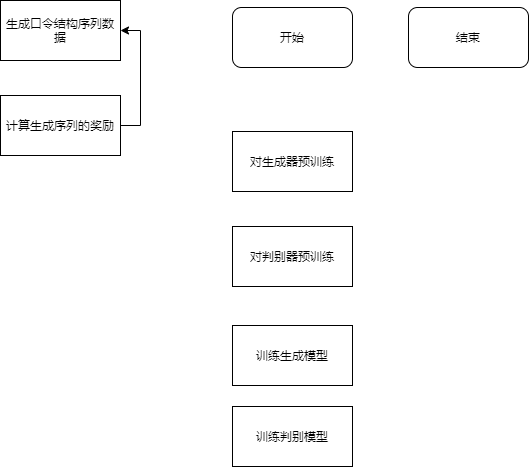
lakomi/pictures keeps this draw.io diagram as seagan-d.drawio.png. Above is the earlier version. Source tidied: cells renumbered, new cells last; positions are measured from the earlier drawing's top-left corner, leaving out a move shared by most shapes. Its diagram source:
```xml
<mxGraphModel>
  <root>
    <mxCell id="0" />
    <mxCell id="1" parent="0" />
    <mxCell id="2" value="对生成器预训练" style="rounded=0;whiteSpace=wrap;html=1;" parent="1" vertex="1">
      <mxGeometry x="232" y="131" width="120" height="60" as="geometry" />
    </mxCell>
    <mxCell id="3" value="开始" style="rounded=1;whiteSpace=wrap;html=1;" parent="1" vertex="1">
      <mxGeometry x="232" y="7" width="120" height="60" as="geometry" />
    </mxCell>
    <mxCell id="4" value="结束" style="rounded=1;whiteSpace=wrap;html=1;" parent="1" vertex="1">
      <mxGeometry x="408" y="7" width="120" height="60" as="geometry" />
    </mxCell>
    <mxCell id="5" value="对判别器预训练" style="rounded=0;whiteSpace=wrap;html=1;" parent="1" vertex="1">
      <mxGeometry x="232" y="226" width="120" height="60" as="geometry" />
    </mxCell>
    <mxCell id="6" value="生成口令结构序列数据" style="rounded=0;whiteSpace=wrap;html=1;" parent="1" vertex="1">
      <mxGeometry width="120" height="60" as="geometry" />
    </mxCell>
    <mxCell id="7" style="edgeStyle=orthogonalEdgeStyle;rounded=0;jettySize=auto;html=1;exitX=1;exitY=0.5;exitDx=0;exitDy=0;entryX=1;entryY=0.5;entryDx=0;entryDy=0;" parent="1" edge="1" source="8" target="6">
      <mxGeometry relative="1" as="geometry" />
    </mxCell>
    <mxCell id="8" value="计算生成序列的奖励" style="rounded=0;whiteSpace=wrap;html=1;" parent="1" vertex="1">
      <mxGeometry y="95" width="120" height="60" as="geometry" />
    </mxCell>
    <mxCell id="9" value="训练生成模型" style="rounded=0;whiteSpace=wrap;html=1;" parent="1" vertex="1">
      <mxGeometry x="232" y="325" width="120" height="60" as="geometry" />
    </mxCell>
    <mxCell id="10" value="训练判别模型" style="rounded=0;whiteSpace=wrap;html=1;" parent="1" vertex="1">
      <mxGeometry x="232" y="406" width="120" height="60" as="geometry" />
    </mxCell>
  </root>
</mxGraphModel>
```
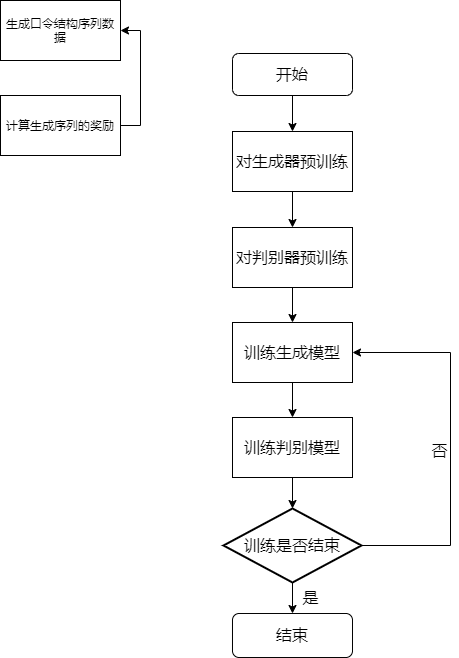
The same diagram one commit later.

Diff of the diagram source:
```diff
@@ -2,17 +2,26 @@
   <root>
     <mxCell id="0" />
     <mxCell id="1" parent="0" />
+    <mxCell id="11" style="edgeStyle=orthogonalEdgeStyle;rounded=0;jettySize=auto;html=1;exitX=0.5;exitY=1;exitDx=0;exitDy=0;fontSize=16;" parent="1" edge="1" source="2" target="5">
+      <mxGeometry relative="1" as="geometry" />
+    </mxCell>
-    <mxCell id="2" value="对生成器预训练" style="rounded=0;whiteSpace=wrap;html=1;" parent="1" vertex="1">
+    <mxCell id="2" value="对生成器预训练" style="rounded=0;whiteSpace=wrap;html=1;fontSize=16;" parent="1" vertex="1">
       <mxGeometry x="232" y="131" width="120" height="60" as="geometry" />
     </mxCell>
+    <mxCell id="12" style="edgeStyle=orthogonalEdgeStyle;rounded=0;jettySize=auto;html=1;exitX=0.5;exitY=1;exitDx=0;exitDy=0;fontSize=16;" parent="1" edge="1" source="3" target="2">
+      <mxGeometry relative="1" as="geometry" />
+    </mxCell>
-    <mxCell id="3" value="开始" style="rounded=1;whiteSpace=wrap;html=1;" parent="1" vertex="1">
-      <mxGeometry x="232" y="7" width="120" height="60" as="geometry" />
+    <mxCell id="3" value="开始" style="rounded=1;whiteSpace=wrap;html=1;fontSize=16;" parent="1" vertex="1">
+      <mxGeometry x="232" y="53" width="120" height="42" as="geometry" />
     </mxCell>
-    <mxCell id="4" value="结束" style="rounded=1;whiteSpace=wrap;html=1;" parent="1" vertex="1">
-      <mxGeometry x="408" y="7" width="120" height="60" as="geometry" />
+    <mxCell id="4" value="结束" style="rounded=1;whiteSpace=wrap;html=1;fontSize=16;" parent="1" vertex="1">
+      <mxGeometry x="232" y="613" width="120" height="44" as="geometry" />
     </mxCell>
+    <mxCell id="13" style="edgeStyle=orthogonalEdgeStyle;rounded=0;jettySize=auto;html=1;exitX=0.5;exitY=1;exitDx=0;exitDy=0;fontSize=16;" parent="1" edge="1" source="5" target="9">
+      <mxGeometry relative="1" as="geometry" />
+    </mxCell>
-    <mxCell id="5" value="对判别器预训练" style="rounded=0;whiteSpace=wrap;html=1;" parent="1" vertex="1">
-      <mxGeometry x="232" y="226" width="120" height="60" as="geometry" />
+    <mxCell id="5" value="对判别器预训练" style="rounded=0;whiteSpace=wrap;html=1;fontSize=16;" parent="1" vertex="1">
+      <mxGeometry x="232" y="227" width="120" height="60" as="geometry" />
     </mxCell>
     <mxCell id="6" value="生成口令结构序列数据" style="rounded=0;whiteSpace=wrap;html=1;" parent="1" vertex="1">
       <mxGeometry width="120" height="60" as="geometry" />
@@ -23,11 +32,37 @@
     <mxCell id="8" value="计算生成序列的奖励" style="rounded=0;whiteSpace=wrap;html=1;" parent="1" vertex="1">
       <mxGeometry y="95" width="120" height="60" as="geometry" />
     </mxCell>
+    <mxCell id="14" style="edgeStyle=orthogonalEdgeStyle;rounded=0;jettySize=auto;html=1;exitX=0.5;exitY=1;exitDx=0;exitDy=0;fontSize=16;" parent="1" edge="1" source="9" target="10">
+      <mxGeometry relative="1" as="geometry" />
+    </mxCell>
-    <mxCell id="9" value="训练生成模型" style="rounded=0;whiteSpace=wrap;html=1;" parent="1" vertex="1">
-      <mxGeometry x="232" y="325" width="120" height="60" as="geometry" />
+    <mxCell id="9" value="训练生成模型" style="rounded=0;whiteSpace=wrap;html=1;fontSize=16;" parent="1" vertex="1">
+      <mxGeometry x="232" y="322" width="120" height="60" as="geometry" />
     </mxCell>
+    <mxCell id="15" style="edgeStyle=orthogonalEdgeStyle;rounded=0;jettySize=auto;html=1;exitX=0.5;exitY=1;exitDx=0;exitDy=0;entryX=0.5;entryY=0;entryDx=0;entryDy=0;entryPerimeter=0;fontSize=16;" parent="1" edge="1" source="10" target="18">
+      <mxGeometry relative="1" as="geometry" />
+    </mxCell>
-    <mxCell id="10" value="训练判别模型" style="rounded=0;whiteSpace=wrap;html=1;" parent="1" vertex="1">
-      <mxGeometry x="232" y="406" width="120" height="60" as="geometry" />
+    <mxCell id="10" value="训练判别模型" style="rounded=0;whiteSpace=wrap;html=1;fontSize=16;" parent="1" vertex="1">
+      <mxGeometry x="232" y="417" width="120" height="60" as="geometry" />
     </mxCell>
+    <mxCell id="16" style="edgeStyle=orthogonalEdgeStyle;rounded=0;jettySize=auto;html=1;exitX=0.5;exitY=1;exitDx=0;exitDy=0;exitPerimeter=0;entryX=0.5;entryY=0;entryDx=0;entryDy=0;fontSize=16;" parent="1" edge="1" source="18" target="4">
+      <mxGeometry relative="1" as="geometry" />
+    </mxCell>
+    <mxCell id="17" style="edgeStyle=orthogonalEdgeStyle;rounded=0;jettySize=auto;html=1;exitX=1;exitY=0.5;exitDx=0;exitDy=0;exitPerimeter=0;entryX=1;entryY=0.5;entryDx=0;entryDy=0;fontSize=16;" parent="1" edge="1" source="18" target="9">
+      <mxGeometry relative="1" as="geometry">
+        <Array as="points">
+          <mxPoint x="450" y="545" />
+          <mxPoint x="450" y="352" />
+        </Array>
+      </mxGeometry>
+    </mxCell>
+    <mxCell id="18" value="训练是否结束" style="strokeWidth=2;html=1;shape=mxgraph.flowchart.decision;whiteSpace=wrap;fontSize=16;" parent="1" vertex="1">
+      <mxGeometry x="223" y="508" width="138" height="74" as="geometry" />
+    </mxCell>
+    <mxCell id="19" value="是" style="text;html=1;align=center;verticalAlign=middle;strokeColor=none;fillColor=none;fontSize=16;" parent="1" vertex="1">
+      <mxGeometry x="297" y="585" width="26" height="23" as="geometry" />
+    </mxCell>
+    <mxCell id="20" value="否" style="text;html=1;align=center;verticalAlign=middle;strokeColor=none;fillColor=none;fontSize=16;" parent="1" vertex="1">
+      <mxGeometry x="426" y="438" width="26" height="23" as="geometry" />
+    </mxCell>
   </root>
 </mxGraphModel>
```
